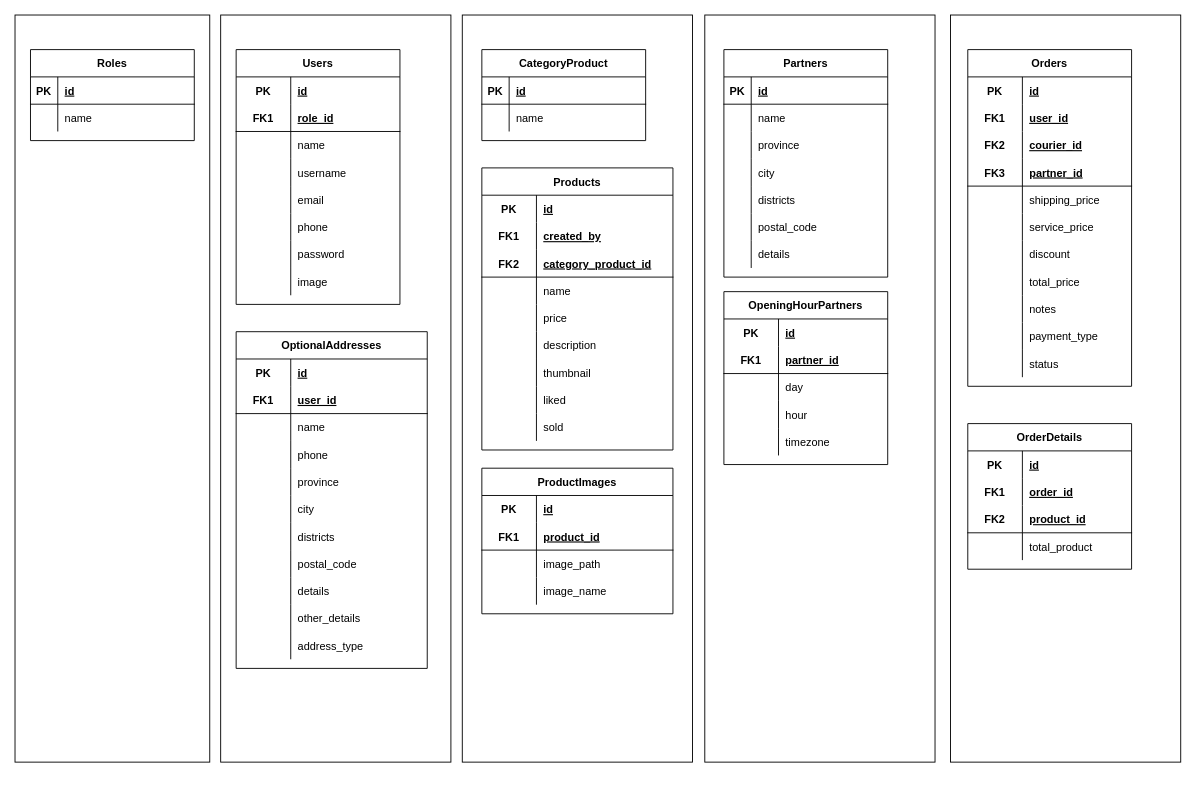
This is Teras.drawio from hakim-asrori/Rancangan-Database-Teras, a draw.io file, before an edit. Source tidied: cells renumbered, new cells numbered last; positions are measured from the earlier drawing's top-left corner, leaving out a move shared by most shapes. Both pictures are drawn from the tidied source at 91%, with x=0, y=0 at pixel (15, 15).
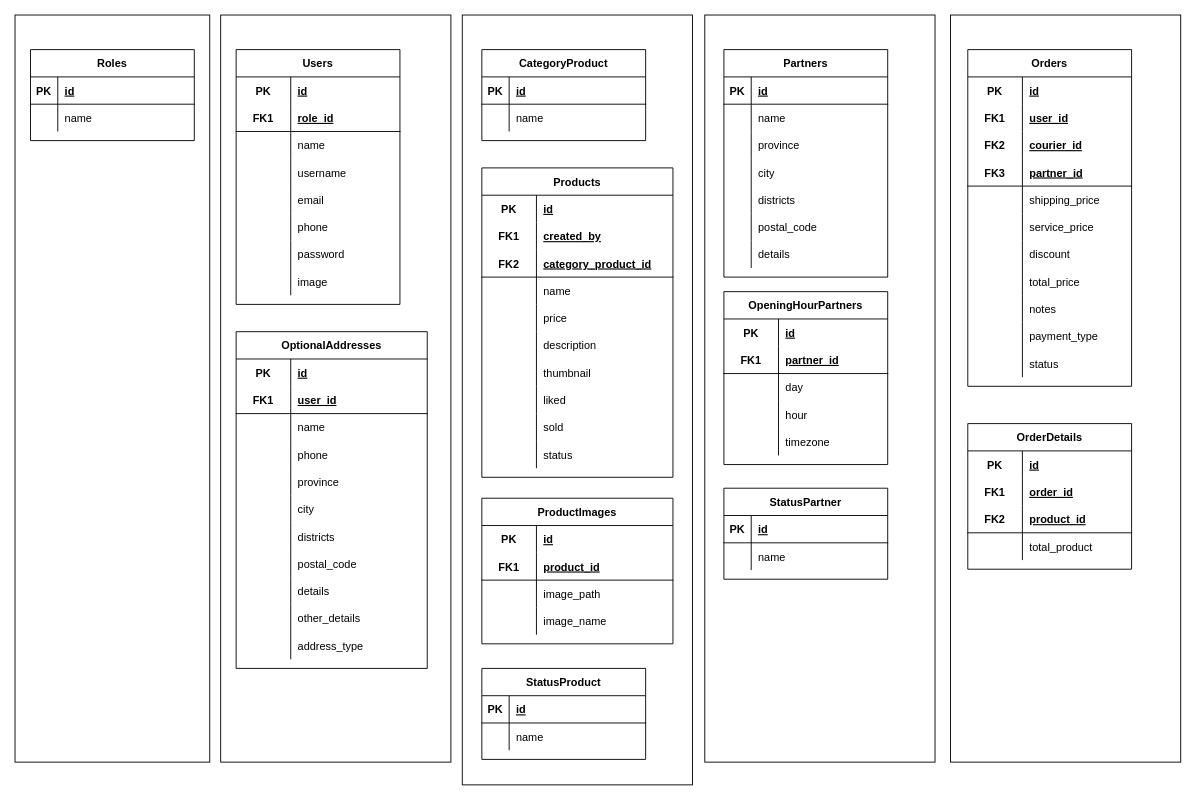
The same page after the edit.

The edit, as a diff of the source:
```diff
@@
     <mxCell id="3" style="rounded=0;whiteSpace=wrap;html=1;" parent="1" vertex="1">
-      <mxGeometry x="491.5" width="253" height="821" as="geometry" />
+      <mxGeometry x="491.5" width="253" height="846" as="geometry" />
     </mxCell>
@@
     <mxCell id="45" value="Products" style="shape=table;startSize=30;childLayout=tableLayout;rowLines=0;fontStyle=1;align=center;" parent="1" vertex="1">
-      <mxGeometry x="513" y="168" width="210" height="310" as="geometry" />
+      <mxGeometry x="513" y="168" width="210" height="340" as="geometry" />
     </mxCell>
@@
+    <mxCell id="206" style="shape=tableRow;horizontal=0;startSize=0;swimlaneHead=0;swimlaneBody=0;fillColor=none;top=0;left=0;right=0;bottom=0;" parent="45" vertex="1">
+      <mxGeometry y="300" width="210" height="30" as="geometry" />
+    </mxCell>
+    <mxCell id="207" style="shape=partialRectangle;fillColor=none;top=0;left=0;bottom=0;right=0;overflow=hidden;" parent="206" vertex="1">
+      <mxGeometry width="60" height="30" as="geometry" />
+    </mxCell>
+    <mxCell id="208" value="status" style="shape=partialRectangle;fillColor=none;top=0;left=0;bottom=0;right=0;align=left;spacingLeft=6;overflow=hidden;" parent="206" vertex="1">
+      <mxGeometry x="60" width="150" height="30" as="geometry" />
+    </mxCell>
     <mxCell id="73" value="ProductImages" style="shape=table;startSize=30;childLayout=tableLayout;rowLines=0;fontStyle=1;align=center;" parent="1" vertex="1">
-      <mxGeometry x="513" y="498" width="210" height="160" as="geometry" />
+      <mxGeometry x="513" y="531" width="210" height="160" as="geometry" />
     </mxCell>
@@
+    <mxCell id="209" value="StatusProduct" style="shape=table;startSize=30;childLayout=tableLayout;rowLines=0;fontStyle=1;align=center;" parent="1" vertex="1">
+      <mxGeometry x="513" y="718" width="180" height="100" as="geometry" />
+    </mxCell>
+    <mxCell id="210" style="shape=tableRow;horizontal=0;startSize=0;swimlaneHead=0;swimlaneBody=0;fillColor=none;top=0;left=0;right=0;bottom=1;" parent="209" vertex="1">
+      <mxGeometry y="30" width="180" height="30" as="geometry" />
+    </mxCell>
+    <mxCell id="211" value="PK" style="shape=partialRectangle;fillColor=none;top=0;left=0;bottom=0;right=0;fontStyle=1;overflow=hidden;" parent="210" vertex="1">
+      <mxGeometry width="30" height="30" as="geometry" />
+    </mxCell>
+    <mxCell id="212" value="id" style="shape=partialRectangle;fillColor=none;top=0;left=0;bottom=0;right=0;align=left;spacingLeft=6;fontStyle=5;overflow=hidden;" parent="210" vertex="1">
+      <mxGeometry x="30" width="150" height="30" as="geometry" />
+    </mxCell>
+    <mxCell id="213" style="shape=tableRow;horizontal=0;startSize=0;swimlaneHead=0;swimlaneBody=0;fillColor=none;top=0;left=0;right=0;bottom=0;" parent="209" vertex="1">
+      <mxGeometry y="60" width="180" height="30" as="geometry" />
+    </mxCell>
+    <mxCell id="214" style="shape=partialRectangle;fillColor=none;top=0;left=0;bottom=0;right=0;overflow=hidden;" parent="213" vertex="1">
+      <mxGeometry width="30" height="30" as="geometry" />
+    </mxCell>
+    <mxCell id="215" value="name" style="shape=partialRectangle;fillColor=none;top=0;left=0;bottom=0;right=0;align=left;spacingLeft=6;overflow=hidden;" parent="213" vertex="1">
+      <mxGeometry x="30" width="150" height="30" as="geometry" />
+    </mxCell>
+    <mxCell id="216" value="StatusPartner" style="shape=table;startSize=30;childLayout=tableLayout;rowLines=0;fontStyle=1;align=center;" parent="1" vertex="1">
+      <mxGeometry x="779" y="520" width="180" height="100" as="geometry" />
+    </mxCell>
+    <mxCell id="217" style="shape=tableRow;horizontal=0;startSize=0;swimlaneHead=0;swimlaneBody=0;fillColor=none;top=0;left=0;right=0;bottom=1;" parent="216" vertex="1">
+      <mxGeometry y="30" width="180" height="30" as="geometry" />
+    </mxCell>
+    <mxCell id="218" value="PK" style="shape=partialRectangle;fillColor=none;top=0;left=0;bottom=0;right=0;fontStyle=1;overflow=hidden;" parent="217" vertex="1">
+      <mxGeometry width="30" height="30" as="geometry" />
+    </mxCell>
+    <mxCell id="219" value="id" style="shape=partialRectangle;fillColor=none;top=0;left=0;bottom=0;right=0;align=left;spacingLeft=6;fontStyle=5;overflow=hidden;" parent="217" vertex="1">
+      <mxGeometry x="30" width="150" height="30" as="geometry" />
+    </mxCell>
+    <mxCell id="220" style="shape=tableRow;horizontal=0;startSize=0;swimlaneHead=0;swimlaneBody=0;fillColor=none;top=0;left=0;right=0;bottom=0;" parent="216" vertex="1">
+      <mxGeometry y="60" width="180" height="30" as="geometry" />
+    </mxCell>
+    <mxCell id="221" style="shape=partialRectangle;fillColor=none;top=0;left=0;bottom=0;right=0;overflow=hidden;" parent="220" vertex="1">
+      <mxGeometry width="30" height="30" as="geometry" />
+    </mxCell>
+    <mxCell id="222" value="name" style="shape=partialRectangle;fillColor=none;top=0;left=0;bottom=0;right=0;align=left;spacingLeft=6;overflow=hidden;" parent="220" vertex="1">
+      <mxGeometry x="30" width="150" height="30" as="geometry" />
+    </mxCell>
```
